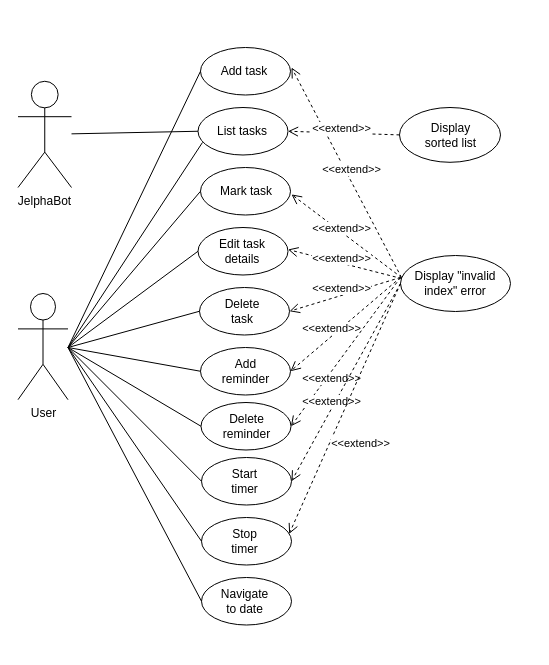
This is docs/diagrams/UseCaseDiagram.drawio from yapdianhao/main, a draw.io file, before an edit. Source tidied: cells renumbered, new cells numbered last; positions are measured from the earlier drawing's top-left corner, leaving out a move shared by most shapes. Both pictures are drawn from the tidied source at 100%, with x=0, y=0 at pixel (17, 47).
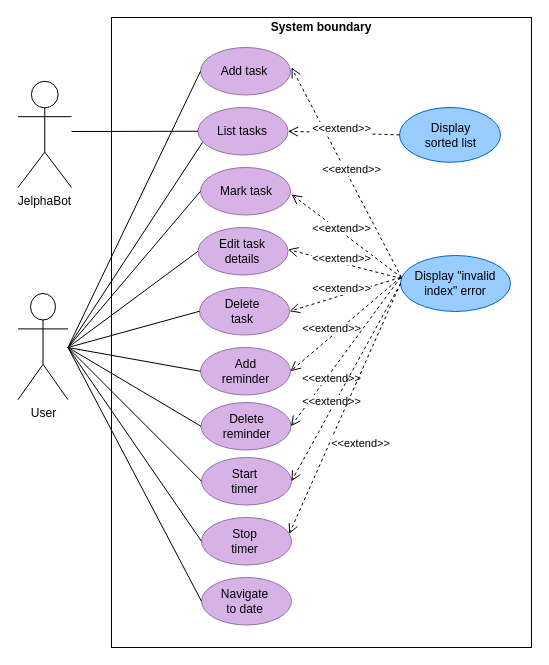
The same page after the edit.

Commit message (it also covers changes not shown here):
update use case diagram

The change refers to these unchanged cells:
```xml
<mxCell id="46" value="JelphaBot" style="shape=umlActor;verticalLabelPosition=bottom;labelBackgroundColor=#ffffff;verticalAlign=top;html=1;outlineConnect=0;" parent="1" vertex="1">
  <mxGeometry x="0.5" y="33.8" width="53.5" height="106.2" as="geometry" />
</mxCell>
```

The edit, as a diff of the source:
```diff
@@
+    <mxCell id="48" style="rounded=0;whiteSpace=wrap;html=1;direction=south;" parent="1" vertex="1">
+      <mxGeometry x="94" y="-30" width="420" height="630" as="geometry" />
+    </mxCell>
-    <mxCell id="2" style="ellipse;whiteSpace=wrap;html=1;" parent="1" vertex="1">
+    <mxCell id="2" style="ellipse;whiteSpace=wrap;html=1;fillColor=#D7B2E7;strokeColor=#9673a6;" parent="1" vertex="1">
       <mxGeometry x="182" y="240" width="90" height="47.5" as="geometry" />
     </mxCell>
@@
-    <mxCell id="4" style="ellipse;whiteSpace=wrap;html=1;" parent="1" vertex="1">
+    <mxCell id="4" style="ellipse;whiteSpace=wrap;html=1;fillColor=#D7B2E7;strokeColor=#9673a6;" parent="1" vertex="1">
       <mxGeometry x="183" width="90" height="47.5" as="geometry" />
     </mxCell>
@@
-    <mxCell id="6" style="ellipse;whiteSpace=wrap;html=1;" parent="1" vertex="1">
+    <mxCell id="6" style="ellipse;whiteSpace=wrap;html=1;fillColor=#D7B2E7;strokeColor=#9673a6;" parent="1" vertex="1">
       <mxGeometry x="183" y="300" width="90" height="47.5" as="geometry" />
     </mxCell>
-    <mxCell id="7" style="ellipse;whiteSpace=wrap;html=1;" parent="1" vertex="1">
+    <mxCell id="7" style="ellipse;whiteSpace=wrap;html=1;fillColor=#D7B2E7;strokeColor=#9673a6;" parent="1" vertex="1">
       <mxGeometry x="183" y="120" width="90" height="47.5" as="geometry" />
     </mxCell>
@@
-    <mxCell id="10" style="ellipse;whiteSpace=wrap;html=1;" parent="1" vertex="1">
+    <mxCell id="10" style="ellipse;whiteSpace=wrap;html=1;fillColor=#D7B2E7;strokeColor=#9673a6;" parent="1" vertex="1">
       <mxGeometry x="180.5" y="180" width="90" height="47.5" as="geometry" />
     </mxCell>
@@
-    <mxCell id="12" style="ellipse;whiteSpace=wrap;html=1;" parent="1" vertex="1">
+    <mxCell id="12" style="ellipse;whiteSpace=wrap;html=1;fillColor=#D7B2E7;strokeColor=#9673a6;" parent="1" vertex="1">
       <mxGeometry x="184" y="410" width="90" height="47.5" as="geometry" />
     </mxCell>
@@
-    <mxCell id="14" style="ellipse;whiteSpace=wrap;html=1;" parent="1" vertex="1">
+    <mxCell id="14" style="ellipse;whiteSpace=wrap;html=1;fillColor=#D7B2E7;strokeColor=#9673a6;" parent="1" vertex="1">
       <mxGeometry x="184" y="470" width="90" height="47.5" as="geometry" />
     </mxCell>
@@
-    <mxCell id="17" style="ellipse;whiteSpace=wrap;html=1;" parent="1" vertex="1">
+    <mxCell id="17" style="ellipse;whiteSpace=wrap;html=1;fillColor=#D7B2E7;strokeColor=#9673a6;" parent="1" vertex="1">
       <mxGeometry x="180.5" y="60" width="90" height="47.5" as="geometry" />
     </mxCell>
@@
-    <mxCell id="19" style="ellipse;whiteSpace=wrap;html=1;" parent="1" vertex="1">
+    <mxCell id="19" style="ellipse;whiteSpace=wrap;html=1;fillColor=#D7B2E7;strokeColor=#9673a6;" parent="1" vertex="1">
       <mxGeometry x="183.5" y="355" width="90" height="47.5" as="geometry" />
     </mxCell>
@@
-    <mxCell id="21" style="ellipse;whiteSpace=wrap;html=1;" parent="1" vertex="1">
+    <mxCell id="21" style="ellipse;whiteSpace=wrap;html=1;fillColor=#D7B2E7;strokeColor=#9673a6;" parent="1" vertex="1">
       <mxGeometry x="184" y="530" width="90" height="47.5" as="geometry" />
     </mxCell>
@@
-    <mxCell id="23" style="ellipse;whiteSpace=wrap;html=1;" parent="1" vertex="1">
+    <mxCell id="23" style="ellipse;whiteSpace=wrap;html=1;fillColor=#99CCFF;strokeColor=#0066CC;" parent="1" vertex="1">
       <mxGeometry x="383" y="208" width="110" height="56" as="geometry" />
     </mxCell>
@@
-    <mxCell id="43" style="ellipse;whiteSpace=wrap;html=1;" parent="1" vertex="1">
+    <mxCell id="43" style="ellipse;whiteSpace=wrap;html=1;fillColor=#99CCFF;strokeColor=#0066CC;" parent="1" vertex="1">
       <mxGeometry x="382" y="60" width="101" height="54.8" as="geometry" />
     </mxCell>
@@
-    <mxCell id="47" style="endArrow=none;html=1;entryX=0;entryY=0.5;entryDx=0;entryDy=0;" parent="1" edge="1" source="46" target="17">
-      <mxGeometry relative="1" as="geometry" />
+    <mxCell id="47" style="endArrow=none;html=1;entryX=0;entryY=0.5;entryDx=0;entryDy=0;" parent="1" edge="1" target="17">
+      <mxGeometry relative="1" as="geometry">
+        <mxPoint x="54" y="84" as="sourcePoint" />
+      </mxGeometry>
     </mxCell>
+    <mxCell id="49" value="&lt;b&gt;System boundary&lt;/b&gt;" style="text;html=1;strokeColor=none;fillColor=none;align=center;verticalAlign=middle;whiteSpace=wrap;rounded=0;" parent="1" vertex="1">
+      <mxGeometry x="249" y="-30" width="110" height="20" as="geometry" />
+    </mxCell>
```
